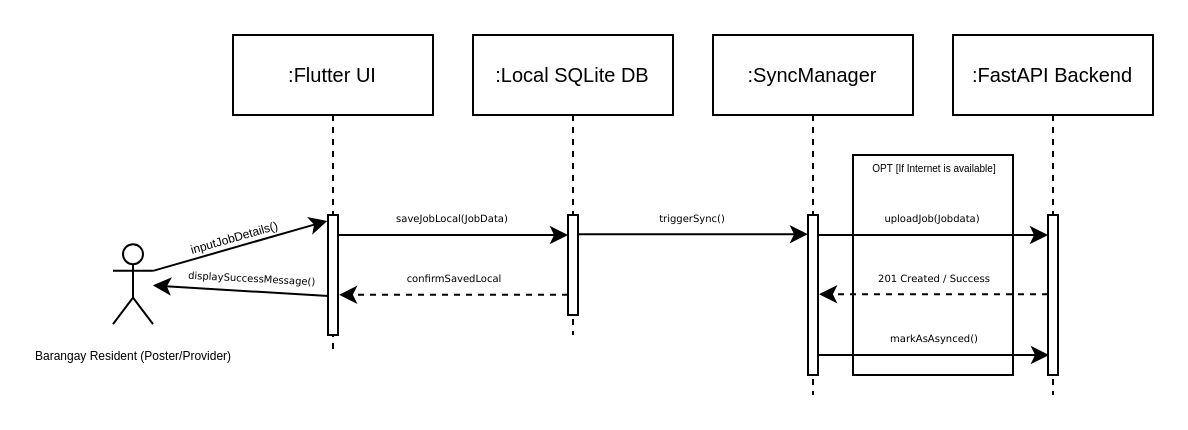
The draw.io diagram SequenceDiagram.drawio in eigenlambda123/BarangayMicroJobs, before the edit. Source tidied: cells renumbered, new cells numbered last; positions are measured from the earlier drawing's top-left corner, leaving out a move shared by most shapes. Both pictures are drawn from the tidied source at 200%, with x=0, y=0 at pixel (112, 34).
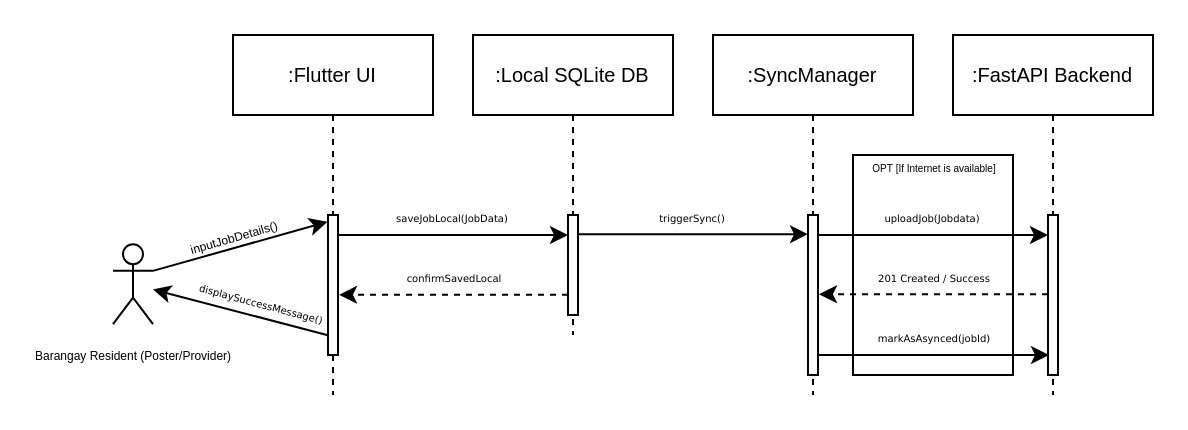
The same diagram, later.

The change refers to these unchanged cells:
```xml
<mxCell id="8" value="&lt;font style=&quot;font-size: 6px;&quot;&gt;Barangay Resident (Poster/Provider)&lt;/font&gt;" style="shape=umlActor;verticalLabelPosition=bottom;verticalAlign=top;html=1;outlineConnect=0;" parent="1" vertex="1">
  <mxGeometry y="104.6" width="20" height="40" as="geometry" />
</mxCell>
```

Change to the diagram source:
```diff
@@
     <mxCell id="3" value="&lt;font style=&quot;font-size: 10px;&quot;&gt;:Flutter UI&lt;/font&gt;" style="shape=umlLifeline;perimeter=lifelinePerimeter;whiteSpace=wrap;html=1;newEdgeStyle={&quot;curved&quot;:0,&quot;rounded&quot;:0};" parent="1" vertex="1">
-      <mxGeometry x="60" width="100" height="160" as="geometry" />
+      <mxGeometry x="60" width="100" height="180" as="geometry" />
     </mxCell>
@@
     <mxCell id="7" style="rounded=0;whiteSpace=wrap;html=1;" parent="1" vertex="1">
-      <mxGeometry x="107.5" y="90" width="5" height="60" as="geometry" />
+      <mxGeometry x="107.5" y="90" width="5" height="70" as="geometry" />
     </mxCell>
@@
-    <mxCell id="25" value="&lt;span style=&quot;text-wrap-mode: nowrap;&quot;&gt;&lt;font style=&quot;font-size: 5px;&quot; face=&quot;Verdana&quot;&gt;markAsAsynced()&lt;/font&gt;&lt;/span&gt;" style="text;html=1;whiteSpace=wrap;strokeColor=none;fillColor=none;align=center;verticalAlign=middle;rounded=0;strokeWidth=2;" parent="1" vertex="1">
+    <mxCell id="25" value="&lt;span style=&quot;text-wrap-mode: nowrap;&quot;&gt;&lt;font style=&quot;font-size: 5px;&quot; face=&quot;Verdana&quot;&gt;markAsAsynced(jobId)&lt;/font&gt;&lt;/span&gt;" style="text;html=1;whiteSpace=wrap;strokeColor=none;fillColor=none;align=center;verticalAlign=middle;rounded=0;strokeWidth=2;" parent="1" vertex="1">
       <mxGeometry x="380.5" y="140" width="60" height="20" as="geometry" />
     </mxCell>
-    <mxCell id="26" style="rounded=0;jettySize=auto;html=1;exitX=0.041;exitY=0.675;exitDx=0;exitDy=0;exitPerimeter=0;" parent="1" edge="1" source="7" target="8">
+    <mxCell id="26" style="rounded=0;jettySize=auto;html=1;exitX=-0.014;exitY=0.859;exitDx=0;exitDy=0;exitPerimeter=0;" parent="1" edge="1" source="7" target="8">
       <mxGeometry relative="1" as="geometry" />
     </mxCell>
-    <mxCell id="27" value="&lt;span style=&quot;font-family: Verdana; text-wrap-mode: nowrap;&quot;&gt;&lt;font style=&quot;font-size: 5px;&quot;&gt;displaySuccessMessage()&lt;/font&gt;&lt;/span&gt;" style="text;html=1;whiteSpace=wrap;strokeColor=none;fillColor=none;align=center;verticalAlign=middle;rounded=0;rotation=3;flipH=0;legacyAnchorPoints=0;" parent="1" vertex="1">
-      <mxGeometry x="40" y="104.6" width="60" height="30" as="geometry" />
+    <mxCell id="27" value="&lt;span style=&quot;font-family: Verdana; text-wrap-mode: nowrap;&quot;&gt;&lt;font style=&quot;font-size: 5px;&quot;&gt;displaySuccessMessage()&lt;/font&gt;&lt;/span&gt;" style="text;html=1;whiteSpace=wrap;strokeColor=none;fillColor=none;align=center;verticalAlign=middle;rounded=0;rotation=15;flipH=0;legacyAnchorPoints=0;" parent="1" vertex="1">
+      <mxGeometry x="45" y="118" width="60" height="30" as="geometry" />
     </mxCell>
```
